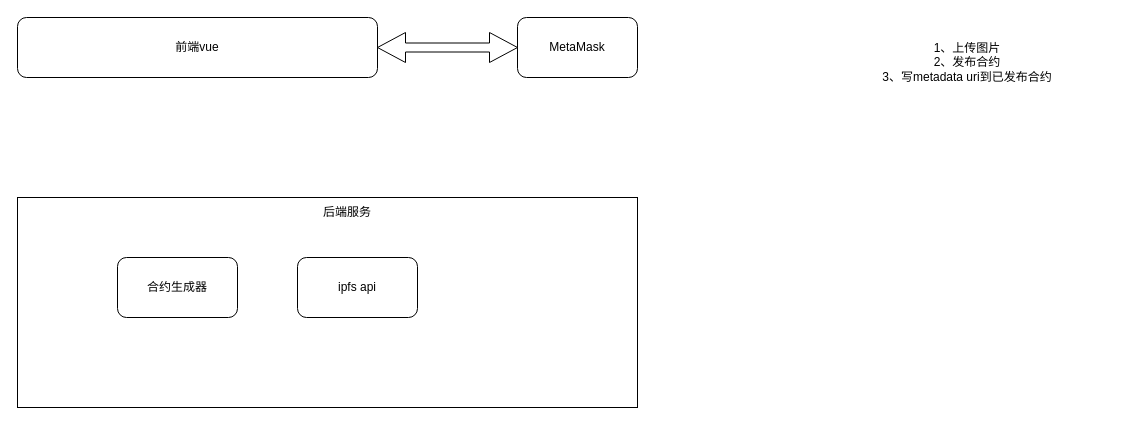
The draw.io diagram page "通用ERC1155-721发布工具" (7 of 7) of 以太坊数据结构.drawio in jxu86/project-uml, before the edit. Source tidied: cells renumbered, new cells numbered last; positions are measured from the earlier drawing's top-left corner, leaving out a move shared by most shapes. Both pictures are drawn from the tidied source at 100%, with x=0, y=0 at pixel (17, 17).
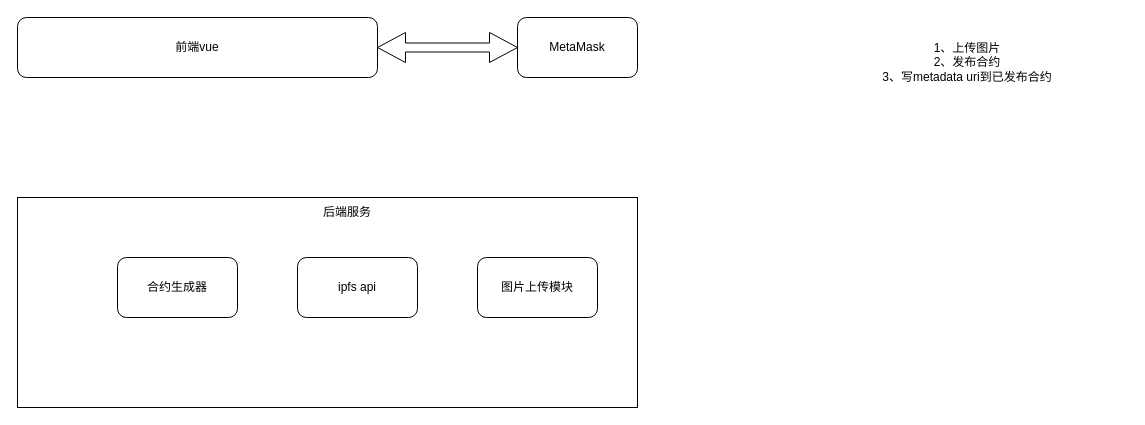
The same diagram, later.

Commit message:
Update 以太坊数据结构.drawio

What changed in the source:
```diff
@@
 <mxGraphModel>
   <root>
     <mxCell id="0" />
     <mxCell id="1" parent="0" />
     <mxCell id="2" style="rounded=0;whiteSpace=wrap;html=1;" parent="1" vertex="1">
       <mxGeometry y="180" width="620" height="210" as="geometry" />
     </mxCell>
     <mxCell id="3" value="前端vue" style="rounded=1;whiteSpace=wrap;html=1;" parent="1" vertex="1">
       <mxGeometry width="360" height="60" as="geometry" />
     </mxCell>
     <mxCell id="4" value="合约生成器" style="rounded=1;whiteSpace=wrap;html=1;" parent="1" vertex="1">
       <mxGeometry x="100" y="240" width="120" height="60" as="geometry" />
     </mxCell>
     <mxCell id="5" value="MetaMask" style="rounded=1;whiteSpace=wrap;html=1;" parent="1" vertex="1">
       <mxGeometry x="500" width="120" height="60" as="geometry" />
     </mxCell>
     <mxCell id="6" style="shape=doubleArrow;whiteSpace=wrap;html=1;" parent="1" vertex="1">
       <mxGeometry x="360" y="15" width="140" height="30" as="geometry" />
     </mxCell>
     <mxCell id="7" value="后端服务" style="text;html=1;strokeColor=none;fillColor=none;align=center;verticalAlign=middle;whiteSpace=wrap;rounded=0;" parent="1" vertex="1">
       <mxGeometry x="300" y="180" width="60" height="30" as="geometry" />
     </mxCell>
     <mxCell id="8" value="ipfs api" style="rounded=1;whiteSpace=wrap;html=1;" parent="1" vertex="1">
       <mxGeometry x="280" y="240" width="120" height="60" as="geometry" />
     </mxCell>
     <mxCell id="9" value="1、上传图片&lt;br&gt;2、发布合约&lt;br&gt;3、写metadata uri到已发布合约" style="text;html=1;strokeColor=none;fillColor=none;align=center;verticalAlign=middle;whiteSpace=wrap;rounded=0;" parent="1" vertex="1">
       <mxGeometry x="790" y="30" width="320" height="30" as="geometry" />
     </mxCell>
+    <mxCell id="10" value="图片上传模块" style="rounded=1;whiteSpace=wrap;html=1;" parent="1" vertex="1">
+      <mxGeometry x="460" y="240" width="120" height="60" as="geometry" />
+    </mxCell>
   </root>
 </mxGraphModel>
```
